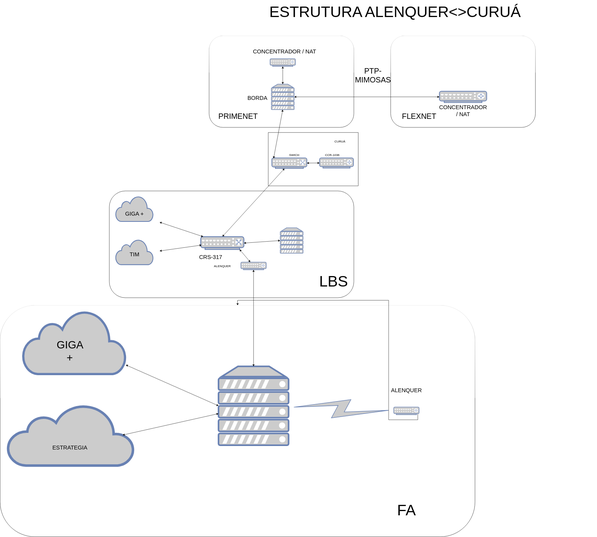
PauloOliveiraNOC/check_site_zabbix keeps this draw.io diagram as Diagrama sem nome.drawio.svg. Above is the earlier version. Source tidied: cells renumbered, new cells last; positions are measured from the earlier drawing's top-left corner, leaving out a move shared by most shapes.
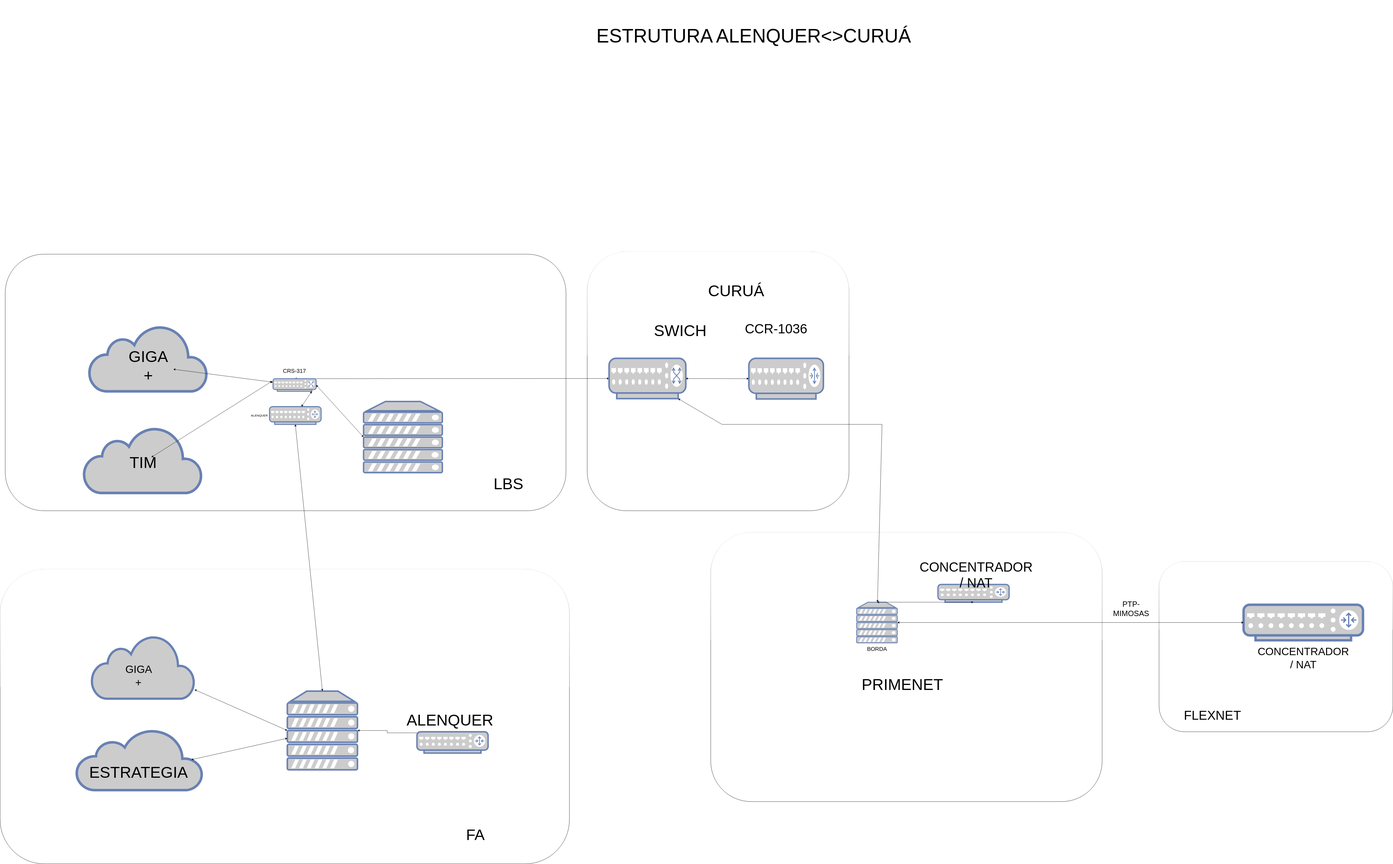
After the commit.

The edit, as a diff of the source:
```diff
@@ -2,153 +2,145 @@
   <root>
     <mxCell id="0" />
     <mxCell id="1" parent="0" />
-    <mxCell id="2" style="rounded=0;whiteSpace=wrap;html=1;" parent="1" vertex="1">
-      <mxGeometry x="1056" y="520" width="354" height="210" as="geometry" />
+    <mxCell id="2" style="rounded=1;whiteSpace=wrap;html=1;glass=1;" parent="1" vertex="1">
+      <mxGeometry x="-250" y="-90" width="1030" height="1020" as="geometry" />
     </mxCell>
-    <mxCell id="3" value="SWICH&lt;div&gt;&lt;br&gt;&lt;/div&gt;" style="text;html=1;align=center;verticalAlign=middle;whiteSpace=wrap;rounded=0;" parent="1" vertex="1">
-      <mxGeometry x="1058" y="570" width="200" height="90" as="geometry" />
+    <mxCell id="3" value="&lt;font style=&quot;font-size: 62px;&quot;&gt;SWICH&lt;/font&gt;&lt;div&gt;&lt;br&gt;&lt;/div&gt;" style="text;html=1;align=center;verticalAlign=middle;whiteSpace=wrap;rounded=0;" parent="1" vertex="1">
+      <mxGeometry x="16" y="183.9" width="200" height="90" as="geometry" />
     </mxCell>
     <mxCell id="4" style="rounded=1;whiteSpace=wrap;html=1;glass=1;" parent="1" vertex="1">
-      <mxGeometry x="823" y="140" width="570" height="360" as="geometry" />
+      <mxGeometry x="236" y="1015" width="1540" height="1060" as="geometry" />
     </mxCell>
     <mxCell id="5" style="rounded=1;whiteSpace=wrap;html=1;glass=0;" parent="1" vertex="1">
-      <mxGeometry x="430" y="750" width="963" height="420" as="geometry" />
+      <mxGeometry x="-2540" y="-80" width="2206.5" height="1010" as="geometry" />
     </mxCell>
-    <mxCell id="6" style="html=1;fillColor=#CCCCCC;strokeColor=#6881B3;gradientColor=none;gradientDirection=north;strokeWidth=2;shape=mxgraph.networks.cloud;fontColor=#ffffff;" parent="1" vertex="1">
-      <mxGeometry x="455" y="770" width="148" height="100" as="geometry" />
-    </mxCell>
     <mxCell id="7" style="fontColor=#0066CC;verticalAlign=top;verticalLabelPosition=bottom;labelPosition=center;align=center;html=1;outlineConnect=0;fillColor=#CCCCCC;strokeColor=#6881B3;gradientColor=none;gradientDirection=north;strokeWidth=2;shape=mxgraph.networks.server;" parent="1" vertex="1">
-      <mxGeometry x="1103" y="895" width="90" height="100" as="geometry" />
+      <mxGeometry x="-1130" y="500" width="310" height="280" as="geometry" />
     </mxCell>
-    <mxCell id="8" value="&lt;font style=&quot;font-size: 22px;&quot;&gt;GIGA +&lt;/font&gt;" style="text;html=1;align=center;verticalAlign=middle;whiteSpace=wrap;rounded=0;" parent="1" vertex="1">
-      <mxGeometry x="430" y="790" width="198" height="100" as="geometry" />
-    </mxCell>
     <mxCell id="9" style="fontColor=#0066CC;verticalAlign=top;verticalLabelPosition=bottom;labelPosition=center;align=center;html=1;outlineConnect=0;fillColor=#CCCCCC;strokeColor=#6881B3;gradientColor=none;gradientDirection=north;strokeWidth=2;shape=mxgraph.networks.router;" parent="1" vertex="1">
-      <mxGeometry x="948" y="1030" width="100" height="30" as="geometry" />
+      <mxGeometry x="-1500" y="520" width="203" height="70" as="geometry" />
     </mxCell>
     <mxCell id="10" style="fontColor=#0066CC;verticalAlign=top;verticalLabelPosition=bottom;labelPosition=center;align=center;html=1;outlineConnect=0;fillColor=#CCCCCC;strokeColor=#6881B3;gradientColor=none;gradientDirection=north;strokeWidth=2;shape=mxgraph.networks.router;" parent="1" vertex="1">
-      <mxGeometry x="1258" y="620" width="133.3" height="40" as="geometry" />
+      <mxGeometry x="386" y="330" width="293.3" height="160" as="geometry" />
     </mxCell>
-    <mxCell id="11" value="CURUÁ" style="text;html=1;align=center;verticalAlign=middle;whiteSpace=wrap;rounded=0;" parent="1" vertex="1">
-      <mxGeometry x="1238" y="510" width="200" height="90" as="geometry" />
+    <mxCell id="11" value="CURUÁ" style="text;html=1;align=center;verticalAlign=middle;whiteSpace=wrap;rounded=0;fontSize=62;" parent="1" vertex="1">
+      <mxGeometry x="236" y="20" width="200" height="90" as="geometry" />
     </mxCell>
     <mxCell id="12" value="ALENQUER" style="text;html=1;align=center;verticalAlign=middle;whiteSpace=wrap;rounded=0;" parent="1" vertex="1">
-      <mxGeometry x="775" y="1000" width="200" height="90" as="geometry" />
+      <mxGeometry x="-1640" y="510" width="200" height="90" as="geometry" />
     </mxCell>
-    <mxCell id="13" value="&lt;font style=&quot;font-size: 60px;&quot;&gt;LBS&lt;/font&gt;" style="text;html=1;align=center;verticalAlign=middle;whiteSpace=wrap;rounded=0;spacing=12;" parent="1" vertex="1">
-      <mxGeometry x="1213" y="1060" width="200" height="90" as="geometry" />
+    <mxCell id="13" value="&lt;font&gt;LBS&lt;/font&gt;" style="text;html=1;align=center;verticalAlign=middle;whiteSpace=wrap;rounded=0;spacing=12;fontSize=62;" parent="1" vertex="1">
+      <mxGeometry x="-660" y="780" width="200" height="90" as="geometry" />
     </mxCell>
     <mxCell id="14" style="fontColor=#0066CC;verticalAlign=top;verticalLabelPosition=bottom;labelPosition=center;align=center;html=1;outlineConnect=0;fillColor=#CCCCCC;strokeColor=#6881B3;gradientColor=none;gradientDirection=north;strokeWidth=2;shape=mxgraph.networks.server;" parent="1" vertex="1">
-      <mxGeometry x="1068" y="330" width="90" height="100" as="geometry" />
+      <mxGeometry x="810" y="1290" width="160" height="160" as="geometry" />
     </mxCell>
     <mxCell id="15" style="endArrow=classic;startArrow=classic;html=1;rounded=0;exitX=0.5;exitY=0;exitDx=0;exitDy=0;exitPerimeter=0;" parent="1" edge="1" source="47" target="20">
       <mxGeometry relative="1" as="geometry" />
     </mxCell>
     <mxCell id="16" style="fontColor=#0066CC;verticalAlign=top;verticalLabelPosition=bottom;labelPosition=center;align=center;html=1;outlineConnect=0;fillColor=#CCCCCC;strokeColor=#6881B3;gradientColor=none;gradientDirection=north;strokeWidth=2;shape=mxgraph.networks.router;" parent="1" vertex="1">
-      <mxGeometry x="1063" y="230" width="100" height="30" as="geometry" />
+      <mxGeometry x="1130" y="1220" width="280" height="70" as="geometry" />
     </mxCell>
     <mxCell id="17" style="endArrow=classic;startArrow=classic;html=1;rounded=0;exitX=0.5;exitY=0;exitDx=0;exitDy=0;exitPerimeter=0;entryX=0.5;entryY=1;entryDx=0;entryDy=0;entryPerimeter=0;" parent="1" edge="1" source="14" target="16">
       <mxGeometry relative="1" as="geometry" />
     </mxCell>
     <mxCell id="18" value="&lt;font style=&quot;font-size: 22px;&quot;&gt;BORDA&lt;/font&gt;" style="text;html=1;align=center;verticalAlign=middle;whiteSpace=wrap;rounded=0;" parent="1" vertex="1">
-      <mxGeometry x="913" y="340" width="200" height="90" as="geometry" />
+      <mxGeometry x="790" y="1430" width="200" height="90" as="geometry" />
     </mxCell>
-    <mxCell id="19" value="CONCENTRADOR / NAT" style="text;html=1;align=center;verticalAlign=middle;whiteSpace=wrap;rounded=0;fontSize=22;" parent="1" vertex="1">
-      <mxGeometry x="960" y="130" width="319.7" height="143.8" as="geometry" />
+    <mxCell id="19" value="CONCENTRADOR / NAT" style="text;html=1;align=center;verticalAlign=middle;whiteSpace=wrap;rounded=0;fontSize=52;" parent="1" vertex="1">
+      <mxGeometry x="1120" y="1140" width="320" height="83.8" as="geometry" />
     </mxCell>
     <mxCell id="20" style="fontColor=#0066CC;verticalAlign=top;verticalLabelPosition=bottom;labelPosition=center;align=center;html=1;outlineConnect=0;fillColor=#CCCCCC;strokeColor=#6881B3;gradientColor=none;gradientDirection=north;strokeWidth=2;shape=mxgraph.networks.switch;" parent="1" vertex="1">
-      <mxGeometry x="1070" y="620" width="138" height="41.4" as="geometry" />
+      <mxGeometry x="-164" y="330" width="302" height="158.6" as="geometry" />
     </mxCell>
-    <mxCell id="21" style="endArrow=classic;startArrow=classic;html=1;rounded=0;entryX=0;entryY=0.5;entryDx=0;entryDy=0;entryPerimeter=0;" parent="1" edge="1" source="3" target="10">
-      <mxGeometry relative="1" as="geometry" />
-    </mxCell>
     <mxCell id="22" style="endArrow=classic;startArrow=classic;html=1;rounded=0;entryX=0;entryY=0.5;entryDx=0;entryDy=0;entryPerimeter=0;" parent="1" edge="1" source="20" target="10">
       <mxGeometry relative="1" as="geometry" />
     </mxCell>
-    <mxCell id="23" value="&lt;div&gt;CCR-1036&lt;/div&gt;&lt;div&gt;&lt;br&gt;&lt;/div&gt;" style="text;html=1;align=center;verticalAlign=middle;whiteSpace=wrap;rounded=0;" parent="1" vertex="1">
-      <mxGeometry x="1208" y="570" width="200" height="90" as="geometry" />
+    <mxCell id="23" value="&lt;div&gt;CCR-1036&lt;/div&gt;&lt;div&gt;&lt;br&gt;&lt;/div&gt;" style="text;html=1;align=center;verticalAlign=middle;whiteSpace=wrap;rounded=0;fontSize=52;" parent="1" vertex="1">
+      <mxGeometry x="362.7" y="200" width="260" height="90" as="geometry" />
     </mxCell>
-    <mxCell id="24" style="endArrow=classic;startArrow=classic;html=1;rounded=0;exitX=0.5;exitY=1;exitDx=0;exitDy=0;exitPerimeter=0;entryX=0.05;entryY=0.05;entryDx=0;entryDy=0;entryPerimeter=0;" parent="1" edge="1" source="14" target="20">
-      <mxGeometry relative="1" as="geometry" />
+    <mxCell id="24" style="endArrow=classic;startArrow=classic;html=1;rounded=0;entryX=0.9;entryY=1;entryDx=0;entryDy=0;entryPerimeter=0;" parent="1" edge="1" source="14" target="20">
+      <mxGeometry relative="1" as="geometry">
+        <Array as="points">
+          <mxPoint x="910" y="590" />
+          <mxPoint x="280" y="590" />
+        </Array>
+      </mxGeometry>
     </mxCell>
-    <mxCell id="25" value="&lt;font style=&quot;font-size: 30px;&quot;&gt;PRIMENET&lt;/font&gt;" style="text;html=1;align=center;verticalAlign=middle;whiteSpace=wrap;rounded=0;spacing=12;" parent="1" vertex="1">
-      <mxGeometry x="837" y="410" width="200" height="90" as="geometry" />
+    <mxCell id="25" value="&lt;font&gt;PRIMENET&lt;/font&gt;" style="text;html=1;align=center;verticalAlign=middle;whiteSpace=wrap;rounded=0;spacing=12;fontSize=62;" parent="1" vertex="1">
+      <mxGeometry x="890" y="1570" width="200" height="90" as="geometry" />
     </mxCell>
     <mxCell id="26" style="rounded=1;whiteSpace=wrap;html=1;glass=1;" parent="1" vertex="1">
-      <mxGeometry x="1538" y="140" width="570" height="360" as="geometry" />
+      <mxGeometry x="2000" y="1130" width="920" height="670" as="geometry" />
     </mxCell>
     <mxCell id="27" style="fontColor=#0066CC;verticalAlign=top;verticalLabelPosition=bottom;labelPosition=center;align=center;html=1;outlineConnect=0;fillColor=#CCCCCC;strokeColor=#6881B3;gradientColor=none;gradientDirection=north;strokeWidth=2;shape=mxgraph.networks.router;" parent="1" vertex="1">
-      <mxGeometry x="1730" y="357.9" width="186" height="44.3" as="geometry" />
+      <mxGeometry x="2332.5" y="1300" width="470" height="140" as="geometry" />
     </mxCell>
     <mxCell id="28" style="endArrow=classic;startArrow=classic;html=1;rounded=0;exitX=1;exitY=0.5;exitDx=0;exitDy=0;exitPerimeter=0;" parent="1" edge="1" source="14" target="27">
       <mxGeometry relative="1" as="geometry" />
     </mxCell>
-    <mxCell id="29" value="CONCENTRADOR / NAT" style="text;html=1;align=center;verticalAlign=middle;whiteSpace=wrap;rounded=0;fontSize=22;" parent="1" vertex="1">
-      <mxGeometry x="1723" y="390" width="200" height="90" as="geometry" />
+    <mxCell id="29" value="&lt;font style=&quot;font-size: 42px;&quot;&gt;CONCENTRADOR / NAT&lt;/font&gt;" style="text;html=1;align=center;verticalAlign=middle;whiteSpace=wrap;rounded=0;fontSize=22;" parent="1" vertex="1">
+      <mxGeometry x="2400" y="1380" width="335" height="260" as="geometry" />
     </mxCell>
-    <mxCell id="30" value="&lt;font style=&quot;font-size: 30px;&quot;&gt;FLEXNET&lt;/font&gt;" style="text;html=1;align=center;verticalAlign=middle;whiteSpace=wrap;rounded=0;spacing=12;" parent="1" vertex="1">
-      <mxGeometry x="1550" y="410" width="200" height="90" as="geometry" />
+    <mxCell id="30" value="&lt;font style=&quot;font-size: 50px;&quot;&gt;FLEXNET&lt;/font&gt;" style="text;html=1;align=center;verticalAlign=middle;whiteSpace=wrap;rounded=0;spacing=12;" parent="1" vertex="1">
+      <mxGeometry x="2110" y="1690" width="200" height="90" as="geometry" />
     </mxCell>
     <mxCell id="31" value="&lt;font style=&quot;font-size: 30px;&quot;&gt;PTP-MIMOSAS&lt;/font&gt;" style="text;html=1;align=center;verticalAlign=middle;whiteSpace=wrap;rounded=0;spacing=12;" parent="1" vertex="1">
-      <mxGeometry x="1368" y="250" width="200" height="90" as="geometry" />
+      <mxGeometry x="1790" y="1270" width="200" height="90" as="geometry" />
     </mxCell>
-    <mxCell id="32" value="&lt;font style=&quot;font-size: 60px;&quot;&gt;ESTRUTURA ALENQUER&amp;lt;&amp;gt;CURUÁ&lt;/font&gt;" style="text;html=1;align=center;verticalAlign=middle;whiteSpace=wrap;rounded=0;spacing=12;" parent="1" vertex="1">
-      <mxGeometry x="760" width="1590" height="90" as="geometry" />
+    <mxCell id="32" value="&lt;font style=&quot;font-size: 75px;&quot;&gt;ESTRUTURA ALENQUER&amp;lt;&amp;gt;CURUÁ&lt;/font&gt;" style="text;html=1;align=center;verticalAlign=middle;whiteSpace=wrap;rounded=0;spacing=12;" parent="1" vertex="1">
+      <mxGeometry x="-460" y="-1080" width="1730" height="280" as="geometry" />
     </mxCell>
     <mxCell id="33" style="html=1;fillColor=#CCCCCC;strokeColor=#6881B3;gradientColor=none;gradientDirection=north;strokeWidth=2;shape=mxgraph.networks.cloud;fontColor=#ffffff;" parent="1" vertex="1">
-      <mxGeometry x="455" y="940" width="148" height="100" as="geometry" />
+      <mxGeometry x="-2231" y="600" width="465" height="260" as="geometry" />
     </mxCell>
-    <mxCell id="34" value="&lt;font style=&quot;font-size: 22px;&quot;&gt;TIM&lt;/font&gt;" style="text;html=1;align=center;verticalAlign=middle;whiteSpace=wrap;rounded=0;" parent="1" vertex="1">
-      <mxGeometry x="430" y="950" width="198" height="100" as="geometry" />
+    <mxCell id="34" value="&lt;font&gt;TIM&lt;/font&gt;" style="text;html=1;align=center;verticalAlign=middle;whiteSpace=wrap;rounded=0;fontSize=62;" parent="1" vertex="1">
+      <mxGeometry x="-2030" y="710" width="65" height="60" as="geometry" />
     </mxCell>
     <mxCell id="35" style="rounded=1;whiteSpace=wrap;html=1;glass=1;" parent="1" vertex="1">
-      <mxGeometry y="1200" width="1870" height="910" as="geometry" />
+      <mxGeometry x="-2560" y="1160" width="2240" height="1160" as="geometry" />
     </mxCell>
     <mxCell id="36" style="html=1;outlineConnect=0;fillColor=#CCCCCC;strokeColor=#6881B3;gradientColor=none;gradientDirection=north;strokeWidth=2;shape=mxgraph.networks.cloud;fontColor=#ffffff;" parent="1" vertex="1">
-      <mxGeometry x="90" y="1220" width="405" height="250" as="geometry" />
+      <mxGeometry x="-2200" y="1420" width="405" height="250" as="geometry" />
     </mxCell>
     <mxCell id="37" style="fontColor=#0066CC;verticalAlign=top;verticalLabelPosition=bottom;labelPosition=center;align=center;html=1;outlineConnect=0;fillColor=#CCCCCC;strokeColor=#6881B3;gradientColor=none;gradientDirection=north;strokeWidth=2;shape=mxgraph.networks.server;" parent="1" vertex="1">
-      <mxGeometry x="860" y="1440" width="276" height="310" as="geometry" />
+      <mxGeometry x="-1430" y="1640" width="276" height="310" as="geometry" />
     </mxCell>
     <mxCell id="38" value="&lt;font style=&quot;font-size: 42px;&quot;&gt;GIGA +&lt;/font&gt;" style="text;html=1;align=center;verticalAlign=middle;whiteSpace=wrap;rounded=0;" parent="1" vertex="1">
-      <mxGeometry x="250" y="1350" width="48" height="60" as="geometry" />
+      <mxGeometry x="-2040" y="1550" width="48" height="60" as="geometry" />
     </mxCell>
-    <mxCell id="39" style="html=1;outlineConnect=0;fillColor=#CCCCCC;strokeColor=#6881B3;gradientColor=none;gradientDirection=north;strokeWidth=2;shape=mxgraph.networks.comm_link_edge;html=1;rounded=0;" parent="1" edge="1" source="37" target="41">
-      <mxGeometry relative="1" as="geometry" />
-    </mxCell>
-    <mxCell id="40" style="edgeStyle=orthogonalEdgeStyle;rounded=0;jettySize=auto;html=1;exitX=0.95;exitY=0.05;exitDx=0;exitDy=0;exitPerimeter=0;" parent="1" edge="1" source="41" target="35">
+    <mxCell id="40" style="edgeStyle=orthogonalEdgeStyle;rounded=0;jettySize=auto;html=1;exitX=0.95;exitY=0.05;exitDx=0;exitDy=0;exitPerimeter=0;entryX=1;entryY=0.5;entryDx=0;entryDy=0;entryPerimeter=0;" parent="1" edge="1" source="41" target="37">
       <mxGeometry relative="1" as="geometry" />
     </mxCell>
     <mxCell id="41" style="fontColor=#0066CC;verticalAlign=top;verticalLabelPosition=bottom;labelPosition=center;align=center;html=1;outlineConnect=0;fillColor=#CCCCCC;strokeColor=#6881B3;gradientColor=none;gradientDirection=north;strokeWidth=2;shape=mxgraph.networks.router;" parent="1" vertex="1">
-      <mxGeometry x="1550" y="1600" width="100" height="30" as="geometry" />
+      <mxGeometry x="-920" y="1800" width="280" height="84" as="geometry" />
     </mxCell>
-    <mxCell id="42" value="ALENQUER" style="text;html=1;align=center;verticalAlign=middle;whiteSpace=wrap;rounded=0;fontSize=22;" parent="1" vertex="1">
-      <mxGeometry x="1500" y="1490" width="200" height="90" as="geometry" />
+    <mxCell id="42" value="ALENQUER" style="text;html=1;align=center;verticalAlign=middle;whiteSpace=wrap;rounded=0;fontSize=62;" parent="1" vertex="1">
+      <mxGeometry x="-890" y="1710" width="200" height="90" as="geometry" />
     </mxCell>
     <mxCell id="43" value="&lt;font style=&quot;font-size: 60px;&quot;&gt;FA&lt;/font&gt;" style="text;html=1;align=center;verticalAlign=middle;whiteSpace=wrap;rounded=0;spacing=12;" parent="1" vertex="1">
-      <mxGeometry x="1470" y="1940" width="260" height="130" as="geometry" />
+      <mxGeometry x="-820" y="2140" width="260" height="130" as="geometry" />
     </mxCell>
     <mxCell id="44" style="html=1;outlineConnect=0;fillColor=#CCCCCC;strokeColor=#6881B3;gradientColor=none;gradientDirection=north;strokeWidth=2;shape=mxgraph.networks.cloud;fontColor=#ffffff;" parent="1" vertex="1">
-      <mxGeometry x="30" y="1590" width="497" height="240" as="geometry" />
+      <mxGeometry x="-2260" y="1790" width="497" height="240" as="geometry" />
     </mxCell>
-    <mxCell id="45" value="&lt;font style=&quot;font-size: 22px;&quot;&gt;ESTRATEGIA&lt;/font&gt;" style="text;html=1;align=center;verticalAlign=middle;whiteSpace=wrap;rounded=0;" parent="1" vertex="1">
-      <mxGeometry x="218.5" y="1720" width="111" height="80" as="geometry" />
+    <mxCell id="45" value="&lt;font style=&quot;font-size: 62px;&quot;&gt;ESTRATEGIA&lt;/font&gt;" style="text;html=1;align=center;verticalAlign=middle;whiteSpace=wrap;rounded=0;" parent="1" vertex="1">
+      <mxGeometry x="-2071.5" y="1920" width="111" height="80" as="geometry" />
     </mxCell>
     <mxCell id="46" style="endArrow=classic;startArrow=classic;html=1;rounded=0;entryX=0.5;entryY=0;entryDx=0;entryDy=0;entryPerimeter=0;exitX=0.5;exitY=1;exitDx=0;exitDy=0;exitPerimeter=0;" parent="1" edge="1" source="9" target="37">
       <mxGeometry relative="1" as="geometry" />
     </mxCell>
     <mxCell id="47" style="fontColor=#0066CC;verticalAlign=top;verticalLabelPosition=bottom;labelPosition=center;align=center;html=1;outlineConnect=0;fillColor=#CCCCCC;strokeColor=#6881B3;gradientColor=none;gradientDirection=north;strokeWidth=2;shape=mxgraph.networks.switch;fontSize=42;" parent="1" vertex="1">
-      <mxGeometry x="790" y="930" width="170" height="50" as="geometry" />
+      <mxGeometry x="-1486.5" y="410" width="170" height="50" as="geometry" />
     </mxCell>
     <mxCell id="48" value="&lt;font style=&quot;font-size: 22px;&quot;&gt;CRS-317&lt;/font&gt;" style="text;html=1;align=center;verticalAlign=middle;whiteSpace=wrap;rounded=0;" parent="1" vertex="1">
-      <mxGeometry x="730" y="960" width="198" height="100" as="geometry" />
+      <mxGeometry x="-1501.5" y="330" width="198" height="100" as="geometry" />
     </mxCell>
-    <mxCell id="49" style="endArrow=classic;startArrow=classic;html=1;rounded=0;entryX=0.32;entryY=0.029;entryDx=0;entryDy=0;entryPerimeter=0;" parent="1" edge="1" source="34" target="48">
-      <mxGeometry relative="1" as="geometry" />
+    <mxCell id="49" style="endArrow=classic;startArrow=classic;html=1;rounded=0;" parent="1" edge="1" source="34">
+      <mxGeometry relative="1" as="geometry">
+        <mxPoint x="-1490" y="420" as="targetPoint" />
+      </mxGeometry>
     </mxCell>
-    <mxCell id="50" style="endArrow=classic;startArrow=classic;html=1;rounded=0;" parent="1" edge="1" source="8" target="47">
-      <mxGeometry relative="1" as="geometry" />
-    </mxCell>
     <mxCell id="51" style="endArrow=classic;startArrow=classic;html=1;rounded=0;entryX=0;entryY=0.5;entryDx=0;entryDy=0;entryPerimeter=0;exitX=1;exitY=0.5;exitDx=0;exitDy=0;exitPerimeter=0;" parent="1" edge="1" source="47" target="7">
       <mxGeometry relative="1" as="geometry" />
     </mxCell>
@@ -161,5 +153,14 @@
     <mxCell id="54" style="endArrow=classic;startArrow=classic;html=1;rounded=0;exitX=0;exitY=0.5;exitDx=0;exitDy=0;exitPerimeter=0;" parent="1" edge="1" source="37" target="36">
       <mxGeometry relative="1" as="geometry" />
     </mxCell>
+    <mxCell id="55" style="html=1;fillColor=#CCCCCC;strokeColor=#6881B3;gradientColor=none;gradientDirection=north;strokeWidth=2;shape=mxgraph.networks.cloud;fontColor=#ffffff;" parent="1" vertex="1">
+      <mxGeometry x="-2210" y="200" width="465" height="260" as="geometry" />
+    </mxCell>
+    <mxCell id="8" value="&lt;font&gt;GIGA +&lt;/font&gt;" style="text;html=1;align=center;verticalAlign=middle;whiteSpace=wrap;rounded=0;fontSize=62;" parent="1" vertex="1">
+      <mxGeometry x="-2076.5" y="310" width="198" height="100" as="geometry" />
+    </mxCell>
+    <mxCell id="50" style="endArrow=classic;startArrow=classic;html=1;rounded=0;" parent="1" edge="1" source="8" target="47">
+      <mxGeometry relative="1" as="geometry" />
+    </mxCell>
   </root>
 </mxGraphModel>
```
